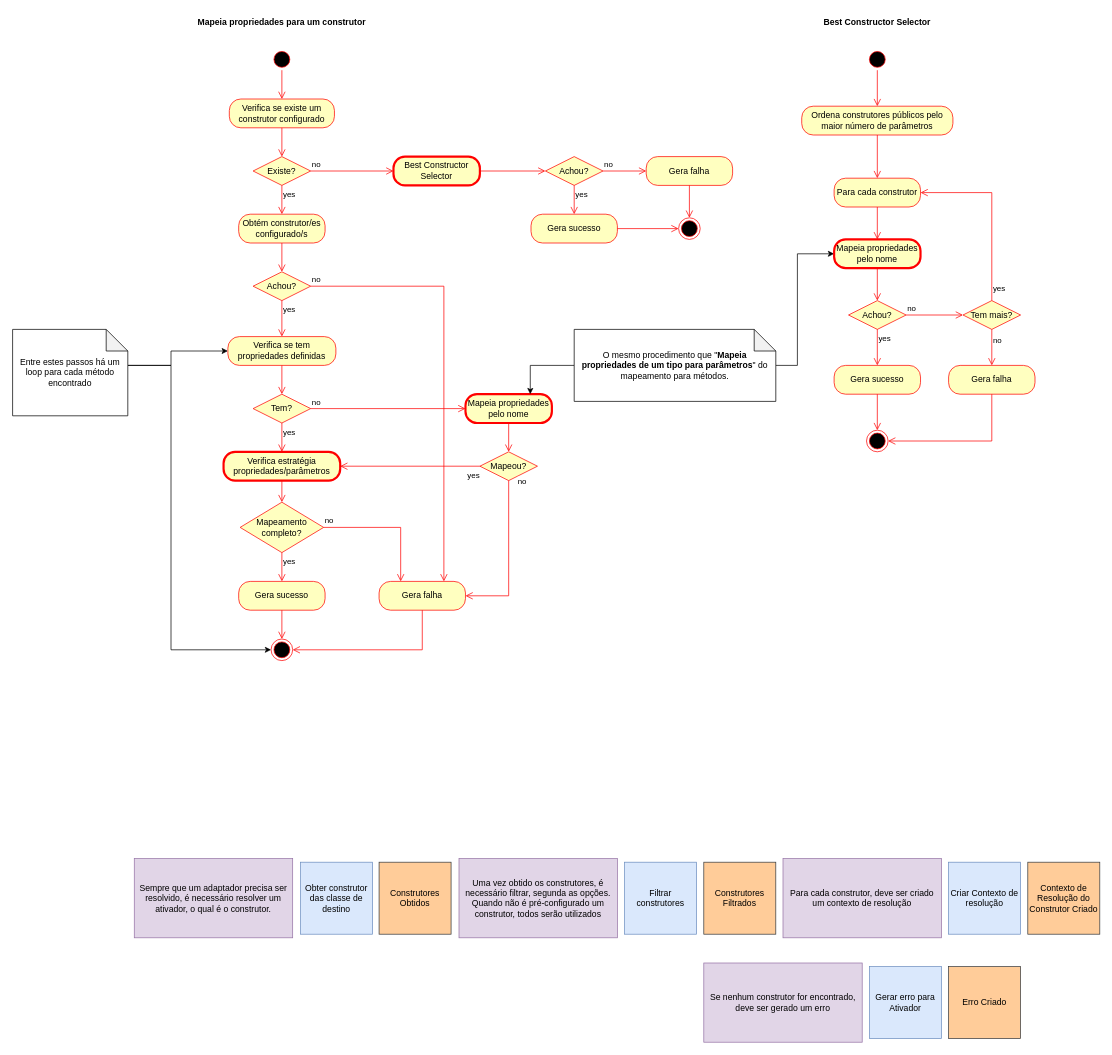
Above: page "Map To Constructor" (5 of 8) of Diagrams/adapter-flow.drawio in Royal-Code/SmartMapper (draw.io), before the change. Source tidied: cells renumbered, new cells numbered last; positions are measured from the earlier drawing's top-left corner, leaving out a move shared by most shapes. Both pictures are drawn from the tidied source at 72%, with x=0, y=0 at pixel (12, 12).
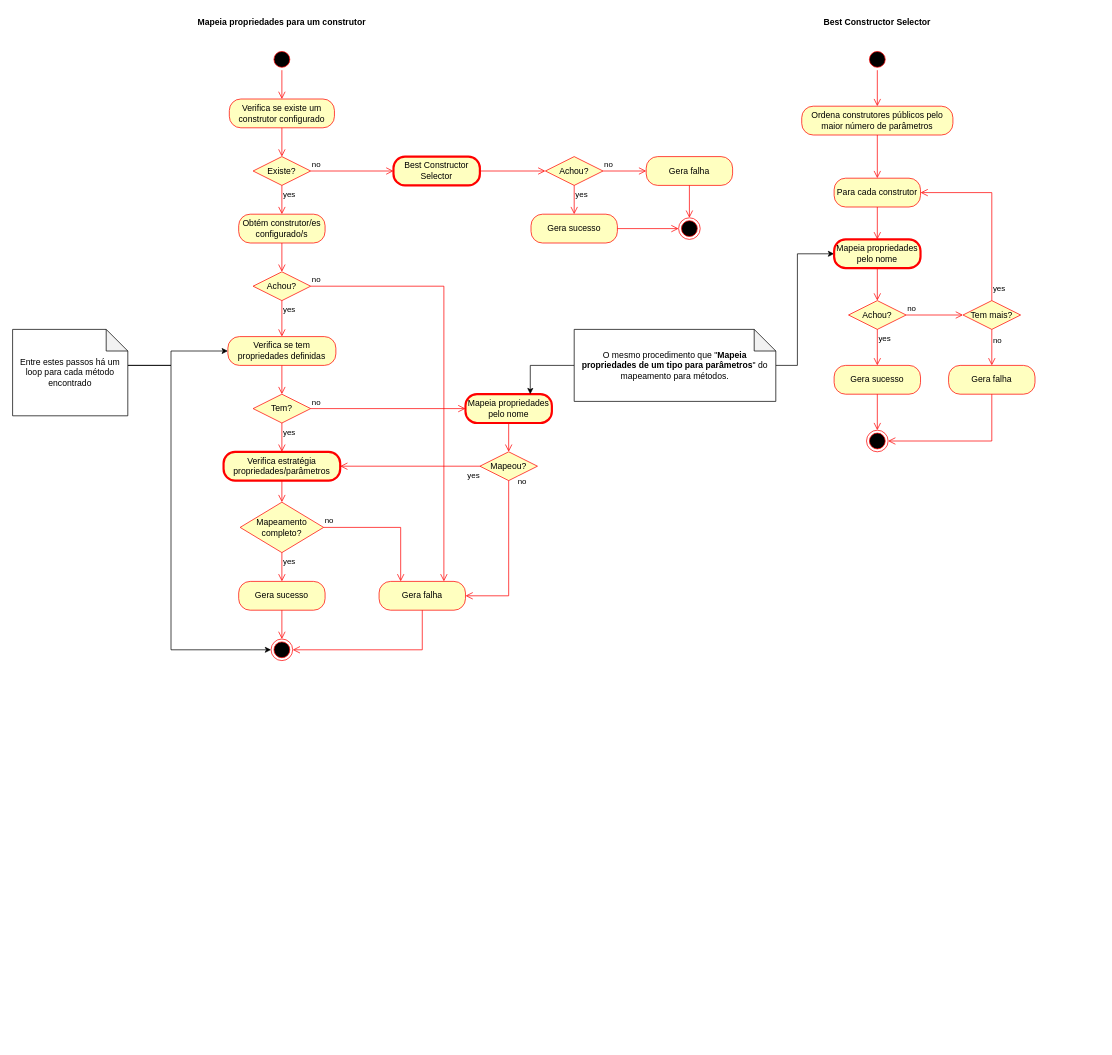
Above is the later version.

Diff of the diagram source:
```diff
@@
-    <mxCell id="71" value="Construtores Obtidos" style="whiteSpace=wrap;html=1;fillColor=#ffcc99;strokeColor=#36393d;" parent="1" vertex="1">
-      <mxGeometry x="509" y="1180" width="100" height="100" as="geometry" />
-    </mxCell>
-    <mxCell id="72" value="Construtores Filtrados" style="whiteSpace=wrap;html=1;fillColor=#ffcc99;strokeColor=#36393d;" parent="1" vertex="1">
-      <mxGeometry x="960" y="1180" width="100" height="100" as="geometry" />
-    </mxCell>
-    <mxCell id="73" value="Contexto de Resolução do Construtor Criado" style="whiteSpace=wrap;html=1;fillColor=#ffcc99;strokeColor=#36393d;" parent="1" vertex="1">
-      <mxGeometry x="1410" y="1180" width="100" height="100" as="geometry" />
-    </mxCell>
-    <mxCell id="74" value="Sempre que um adaptador precisa ser resolvido, é necessário resolver um ativador, o qual é o construtor." style="rounded=0;whiteSpace=wrap;html=1;fillColor=#e1d5e7;strokeColor=#9673a6;" parent="1" vertex="1">
-      <mxGeometry x="169" y="1175" width="220" height="110" as="geometry" />
-    </mxCell>
-    <mxCell id="75" value="Obter construtor das classe de destino" style="whiteSpace=wrap;html=1;fillColor=#dae8fc;strokeColor=#6c8ebf;" parent="1" vertex="1">
-      <mxGeometry x="400" y="1180" width="100" height="100" as="geometry" />
-    </mxCell>
-    <mxCell id="76" value="Uma vez obtido os construtores, é necessário filtrar, segunda as opções. Quando não é pré-configurado um construtor, todos serão utilizados" style="rounded=0;whiteSpace=wrap;html=1;fillColor=#e1d5e7;strokeColor=#9673a6;" parent="1" vertex="1">
-      <mxGeometry x="620" y="1175" width="220" height="110" as="geometry" />
-    </mxCell>
-    <mxCell id="77" value="Filtrar construtores" style="whiteSpace=wrap;html=1;fillColor=#dae8fc;strokeColor=#6c8ebf;" parent="1" vertex="1">
-      <mxGeometry x="850" y="1180" width="100" height="100" as="geometry" />
-    </mxCell>
-    <mxCell id="78" value="Se nenhum construtor for encontrado, deve ser gerado um erro" style="rounded=0;whiteSpace=wrap;html=1;fillColor=#e1d5e7;strokeColor=#9673a6;" parent="1" vertex="1">
-      <mxGeometry x="960" y="1320" width="220" height="110" as="geometry" />
-    </mxCell>
-    <mxCell id="79" value="Gerar erro para Ativador" style="whiteSpace=wrap;html=1;fillColor=#dae8fc;strokeColor=#6c8ebf;" parent="1" vertex="1">
-      <mxGeometry x="1190" y="1325" width="100" height="100" as="geometry" />
-    </mxCell>
-    <mxCell id="80" value="Erro Criado" style="whiteSpace=wrap;html=1;fillColor=#ffcc99;strokeColor=#36393d;" parent="1" vertex="1">
-      <mxGeometry x="1300" y="1325" width="100" height="100" as="geometry" />
-    </mxCell>
-    <mxCell id="81" value="Para cada construtor, deve ser criado um contexto de resolução" style="rounded=0;whiteSpace=wrap;html=1;fillColor=#e1d5e7;strokeColor=#9673a6;" parent="1" vertex="1">
-      <mxGeometry x="1070" y="1175" width="220" height="110" as="geometry" />
-    </mxCell>
-    <mxCell id="82" value="Criar Contexto de resolução" style="whiteSpace=wrap;html=1;fillColor=#dae8fc;strokeColor=#6c8ebf;" parent="1" vertex="1">
-      <mxGeometry x="1300" y="1180" width="100" height="100" as="geometry" />
-    </mxCell>
```
